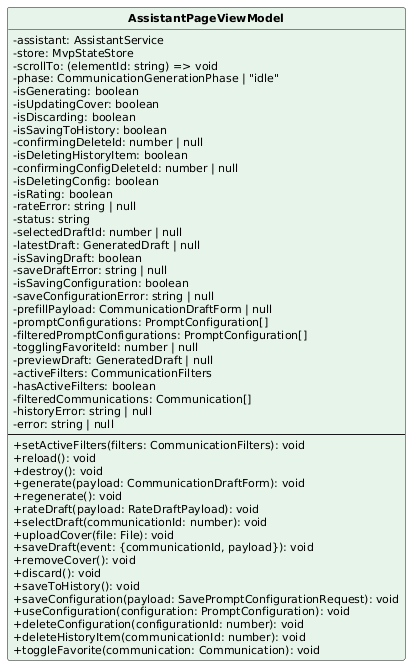
aLittleByte-19/Documentazione keeps this PlantUML diagram as PB/Specifica Tecnica/ImmaginiSpecificaTecnica/ClassiSingoleFrontend/AssistantPageViewModel.png. Above is the earlier version. The source it was exported from:
```plantuml
@startuml
skinparam classAttributeIconSize 0
skinparam classFontStyle bold
skinparam classFontSize 13
skinparam classAttributeFontSize 11
skinparam shadowing false
hide circle
class AssistantPageViewModel #E6F4EA {
  -assistant: AssistantService
  -store: MvpStateStore
  -scrollTo: (elementId: string) => void
  -phase: CommunicationGenerationPhase | "idle"
  -isGenerating: boolean
  -isUpdatingCover: boolean
  -isDiscarding: boolean
  -isSavingToHistory: boolean
  -confirmingDeleteId: number | null
  -isDeletingHistoryItem: boolean
  -confirmingConfigDeleteId: number | null
  -isDeletingConfig: boolean
  -isRating: boolean
  -rateError: string | null
  -status: string
  -selectedDraftId: number | null
  -latestDraft: GeneratedDraft | null
  -isSavingDraft: boolean
  -saveDraftError: string | null
  -isSavingConfiguration: boolean
  -saveConfigurationError: string | null
  -prefillPayload: CommunicationDraftForm | null
  -promptConfigurations: PromptConfiguration[]
  -filteredPromptConfigurations: PromptConfiguration[]
  -togglingFavoriteId: number | null
  -previewDraft: GeneratedDraft | null
  -activeFilters: CommunicationFilters
  -hasActiveFilters: boolean
  -filteredCommunications: Communication[]
  -historyError: string | null
  -error: string | null
  --
  +setActiveFilters(filters: CommunicationFilters): void
  +reload(): void
  +destroy(): void
  +generate(payload: CommunicationDraftForm): void
  +regenerate(): void
  +rateDraft(payload: RateDraftPayload): void
  +selectDraft(communicationId: number): void
  +uploadCover(file: File): void
  +saveDraft(event: {communicationId, payload}): void
  +removeCover(): void
  +discard(): void
  +saveToHistory(): void
  +saveConfiguration(payload: SavePromptConfigurationRequest): void
  +useConfiguration(configuration: PromptConfiguration): void
  +deleteConfiguration(configurationId: number): void
  +deleteHistoryItem(communicationId: number): void
  +toggleFavorite(communication: Communication): void
}
@enduml
```
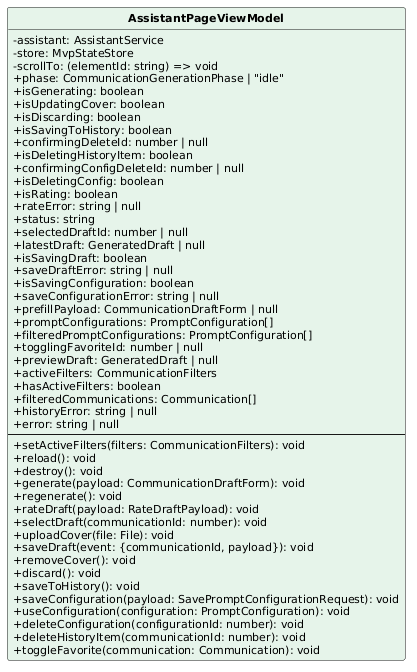
The same file after the commit.

What changed in the source:
```diff
@@ -9,34 +9,34 @@
   -assistant: AssistantService
   -store: MvpStateStore
   -scrollTo: (elementId: string) => void
-  -phase: CommunicationGenerationPhase | "idle"
-  -isGenerating: boolean
-  -isUpdatingCover: boolean
-  -isDiscarding: boolean
-  -isSavingToHistory: boolean
-  -confirmingDeleteId: number | null
-  -isDeletingHistoryItem: boolean
-  -confirmingConfigDeleteId: number | null
-  -isDeletingConfig: boolean
-  -isRating: boolean
-  -rateError: string | null
-  -status: string
-  -selectedDraftId: number | null
-  -latestDraft: GeneratedDraft | null
-  -isSavingDraft: boolean
-  -saveDraftError: string | null
-  -isSavingConfiguration: boolean
-  -saveConfigurationError: string | null
-  -prefillPayload: CommunicationDraftForm | null
-  -promptConfigurations: PromptConfiguration[]
-  -filteredPromptConfigurations: PromptConfiguration[]
-  -togglingFavoriteId: number | null
-  -previewDraft: GeneratedDraft | null
-  -activeFilters: CommunicationFilters
-  -hasActiveFilters: boolean
-  -filteredCommunications: Communication[]
-  -historyError: string | null
-  -error: string | null
+  +phase: CommunicationGenerationPhase | "idle"
+  +isGenerating: boolean
+  +isUpdatingCover: boolean
+  +isDiscarding: boolean
+  +isSavingToHistory: boolean
+  +confirmingDeleteId: number | null
+  +isDeletingHistoryItem: boolean
+  +confirmingConfigDeleteId: number | null
+  +isDeletingConfig: boolean
+  +isRating: boolean
+  +rateError: string | null
+  +status: string
+  +selectedDraftId: number | null
+  +latestDraft: GeneratedDraft | null
+  +isSavingDraft: boolean
+  +saveDraftError: string | null
+  +isSavingConfiguration: boolean
+  +saveConfigurationError: string | null
+  +prefillPayload: CommunicationDraftForm | null
+  +promptConfigurations: PromptConfiguration[]
+  +filteredPromptConfigurations: PromptConfiguration[]
+  +togglingFavoriteId: number | null
+  +previewDraft: GeneratedDraft | null
+  +activeFilters: CommunicationFilters
+  +hasActiveFilters: boolean
+  +filteredCommunications: Communication[]
+  +historyError: string | null
+  +error: string | null
   --
   +setActiveFilters(filters: CommunicationFilters): void
   +reload(): void
```
